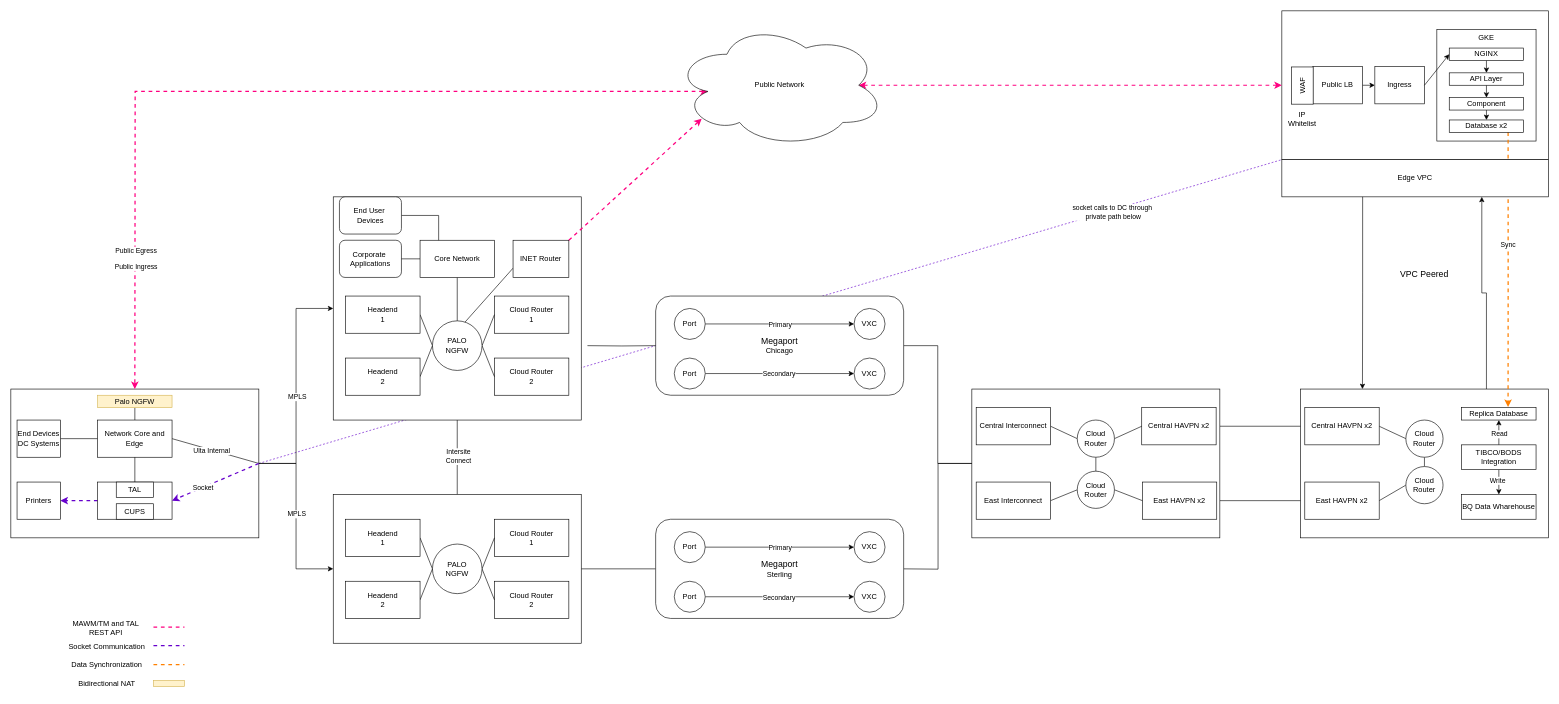
This is page "MAWM Network" (16 of 16) of images/compute.drawio from bpayt2/temp, a draw.io file, before an edit. Source tidied: cells renumbered, new cells numbered last; positions are measured from the earlier drawing's top-left corner, leaving out a move shared by most shapes. Both pictures are drawn from the tidied source at 62%, with x=0, y=0 at pixel (11, 11).
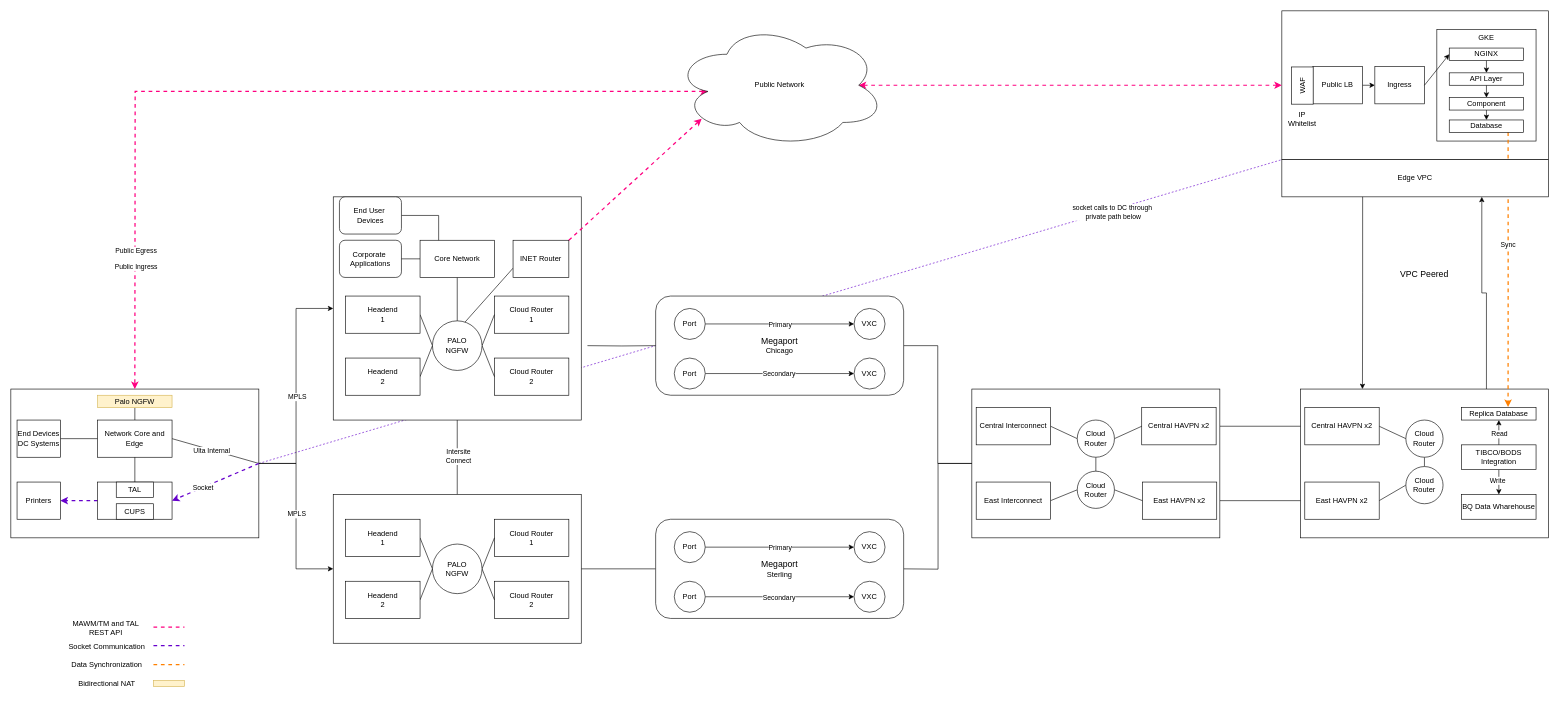
The same diagram, later.

Change to the diagram source:
```diff
@@
-    <mxCell id="115" value="Database x2" style="rounded=0;whiteSpace=wrap;html=1;" parent="1" vertex="1">
+    <mxCell id="115" value="Database" style="rounded=0;whiteSpace=wrap;html=1;" parent="1" vertex="1">
       <mxGeometry x="2320" y="176" width="120" height="20" as="geometry" />
     </mxCell>
```
